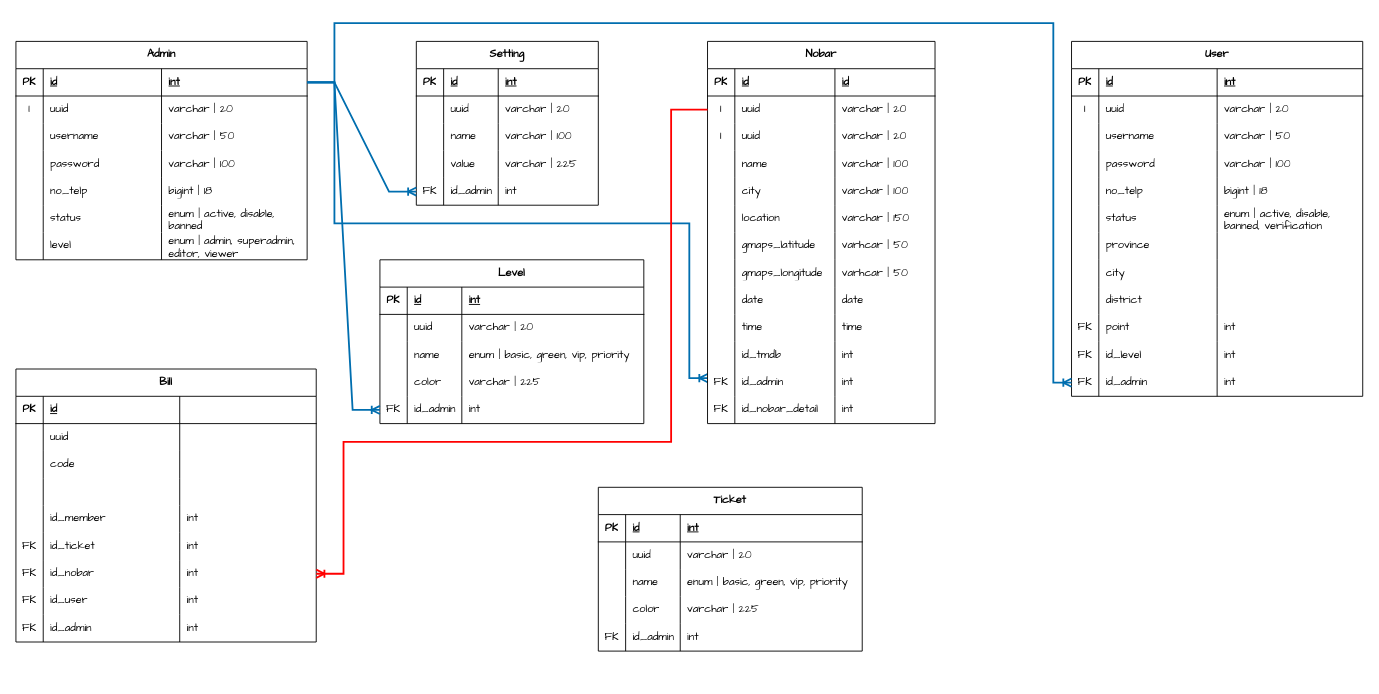
The draw.io diagram AniEvo - Nobar Web App.drawio in irzanaldi/e-aspiration, before the edit. Source tidied: cells renumbered, new cells numbered last; positions are measured from the earlier drawing's top-left corner, leaving out a move shared by most shapes. Both pictures are drawn from the tidied source at 91%, with x=0, y=0 at pixel (15, 23).
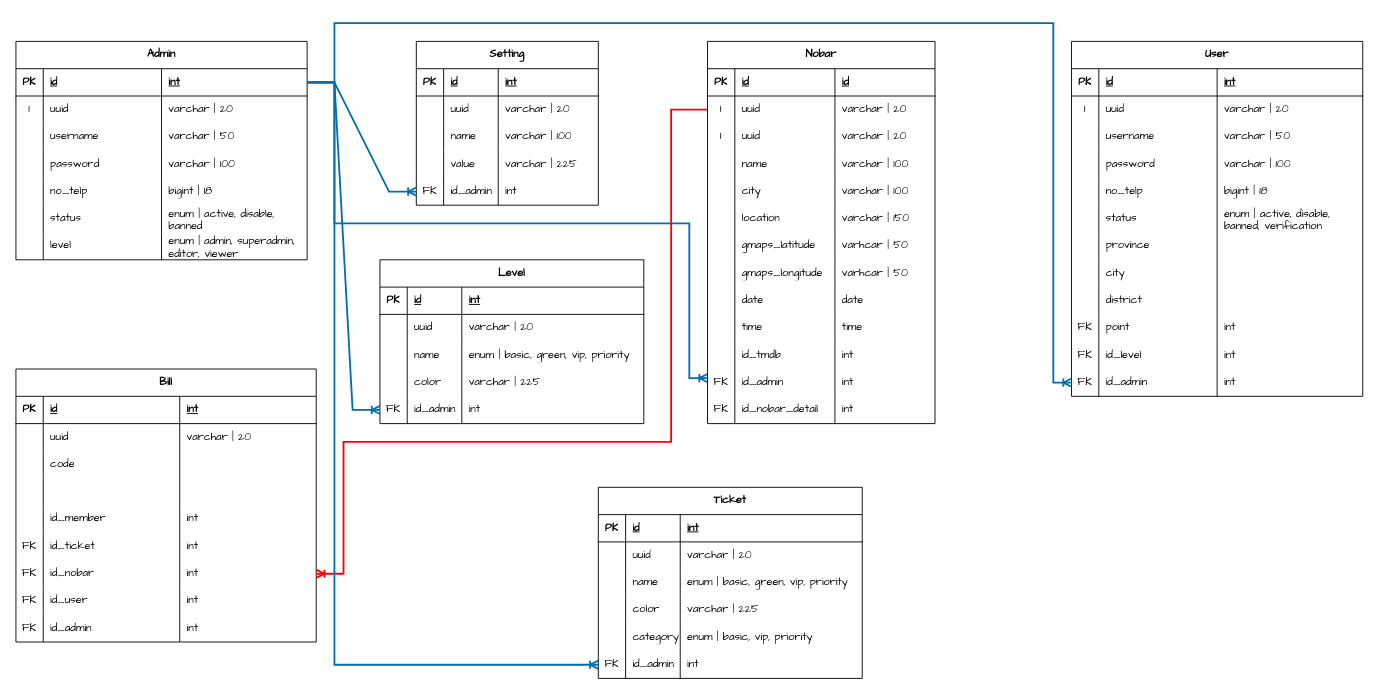
Above is the later version.

Unchanged cells that the change refers to:
```xml
<mxCell id="57" style="shape=tableRow;horizontal=0;startSize=0;swimlaneHead=0;swimlaneBody=0;fillColor=none;top=0;left=0;right=0;bottom=1;whiteSpace=wrap;" parent="56" vertex="1">
  <mxGeometry y="30" width="330" height="30" as="geometry" />
</mxCell>
<mxCell id="61" style="shape=tableRow;horizontal=0;startSize=0;swimlaneHead=0;swimlaneBody=0;fillColor=none;top=0;left=0;right=0;bottom=0;whiteSpace=wrap;" parent="56" vertex="1">
  <mxGeometry y="60" width="330" height="30" as="geometry" />
</mxCell>
<mxCell id="115" style="shape=tableRow;horizontal=0;startSize=0;swimlaneHead=0;swimlaneBody=0;fillColor=none;points=[[0,0.5],[1,0.5]];portConstraint=eastwest;top=0;left=0;right=0;bottom=1;fontFamily=Comic Sans MS;whiteSpace=wrap;" parent="114" vertex="1">
  <mxGeometry y="30" width="320" height="30" as="geometry" />
</mxCell>
```

Diff of the diagram source:
```diff
@@
-    <mxCell id="60" style="shape=partialRectangle;fillColor=none;top=0;left=0;bottom=0;right=0;align=left;spacingLeft=6;fontStyle=5;overflow=hidden;fontFamily=Comic Sans MS;whiteSpace=wrap;" parent="57" vertex="1">
+    <mxCell id="60" value="int" style="shape=partialRectangle;fillColor=none;top=0;left=0;bottom=0;right=0;align=left;spacingLeft=6;fontStyle=5;overflow=hidden;fontFamily=Comic Sans MS;whiteSpace=wrap;" parent="57" vertex="1">
       <mxGeometry x="180" width="150" height="30" as="geometry" />
     </mxCell>
@@
-    <mxCell id="64" style="shape=partialRectangle;fillColor=none;top=0;left=0;bottom=0;right=0;align=left;spacingLeft=6;overflow=hidden;fontFamily=Comic Sans MS;whiteSpace=wrap;" parent="61" vertex="1">
+    <mxCell id="64" value="varchar | 20" style="shape=partialRectangle;fillColor=none;top=0;left=0;bottom=0;right=0;align=left;spacingLeft=6;overflow=hidden;fontFamily=Comic Sans MS;whiteSpace=wrap;" parent="61" vertex="1">
       <mxGeometry x="180" width="150" height="30" as="geometry" />
     </mxCell>
@@
     <mxCell id="216" value="Ticket" style="shape=table;startSize=30;childLayout=tableLayout;rowLines=0;fontStyle=1;align=center;fontFamily=Comic Sans MS;whiteSpace=wrap;fillColor=none;" parent="1" vertex="1">
-      <mxGeometry x="640" y="510" width="290" height="180" as="geometry" />
+      <mxGeometry x="640" y="510" width="290" height="210" as="geometry" />
     </mxCell>
@@
+    <mxCell id="238" style="shape=tableRow;horizontal=0;startSize=0;swimlaneHead=0;swimlaneBody=0;fillColor=none;top=0;left=0;right=0;bottom=0;fontFamily=Comic Sans MS;whiteSpace=wrap;" parent="216" vertex="1">
+      <mxGeometry y="150" width="290" height="30" as="geometry" />
+    </mxCell>
+    <mxCell id="239" style="shape=partialRectangle;fillColor=none;top=0;left=0;bottom=0;right=0;overflow=hidden;fontFamily=Comic Sans MS;whiteSpace=wrap;" parent="238" vertex="1">
+      <mxGeometry width="30" height="30" as="geometry" />
+    </mxCell>
+    <mxCell id="240" value="category" style="shape=partialRectangle;fillColor=none;top=0;left=0;bottom=0;right=0;align=left;spacingLeft=6;overflow=hidden;fontFamily=Comic Sans MS;whiteSpace=wrap;" parent="238" vertex="1">
+      <mxGeometry x="30" width="60" height="30" as="geometry" />
+    </mxCell>
+    <mxCell id="241" value="enum | basic, vip, priority" style="shape=partialRectangle;fillColor=none;top=0;left=0;bottom=0;right=0;align=left;spacingLeft=6;overflow=hidden;fontFamily=Comic Sans MS;whiteSpace=wrap;" parent="238" vertex="1">
+      <mxGeometry x="90" width="200" height="30" as="geometry" />
+    </mxCell>
     <mxCell id="233" style="shape=tableRow;horizontal=0;startSize=0;swimlaneHead=0;swimlaneBody=0;fillColor=none;points=[[0,0.5],[1,0.5]];portConstraint=eastwest;top=0;left=0;right=0;bottom=0;fontFamily=Comic Sans MS;whiteSpace=wrap;" parent="216" vertex="1">
-      <mxGeometry y="150" width="290" height="30" as="geometry" />
+      <mxGeometry y="180" width="290" height="30" as="geometry" />
     </mxCell>
@@
+    <mxCell id="242" style="edgeStyle=orthogonalEdgeStyle;rounded=0;jettySize=auto;html=1;strokeColor=#006EAF;strokeWidth=2;endArrow=ERoneToMany;endFill=0;fillColor=#1ba1e2;" parent="1" edge="1" source="115" target="233">
+      <mxGeometry relative="1" as="geometry">
+        <Array as="points">
+          <mxPoint x="350" y="65" />
+          <mxPoint x="350" y="705" />
+        </Array>
+      </mxGeometry>
+    </mxCell>
```
